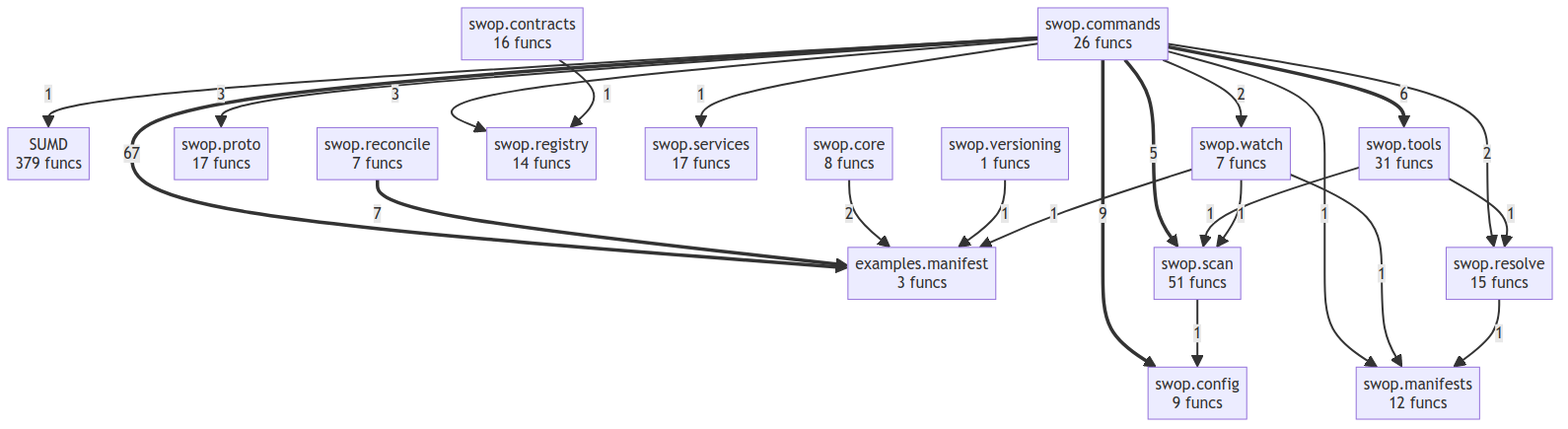
This is project/compact_flow.png from semcod/swop, a Mermaid export, as it was before one commit. Its source is kept beside it as project/compact_flow.mmd.
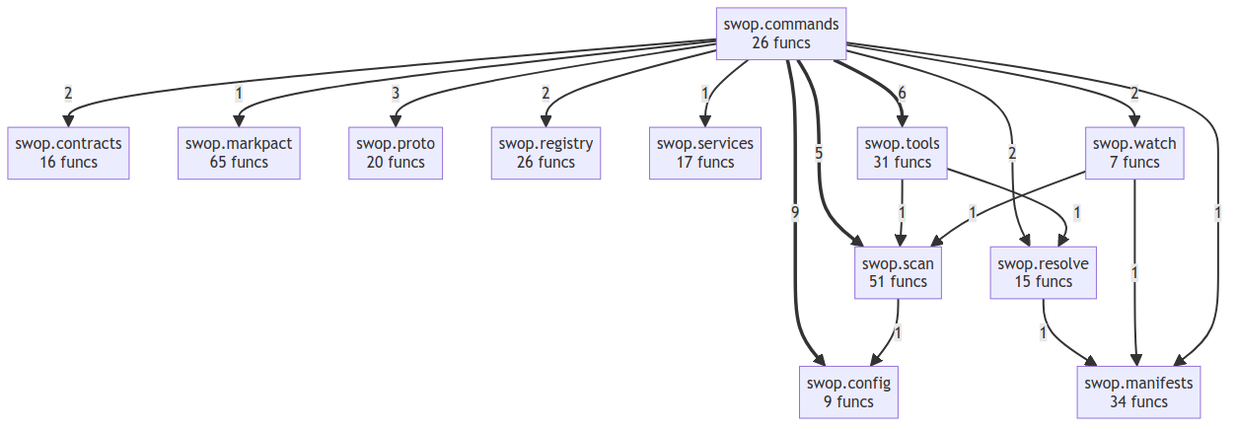
Above is the later version.

What changed in the source:
```diff
@@ -1,39 +1,30 @@
 flowchart TD
-    SUMD["SUMD<br/>379 funcs"]
-    examples__manifest["examples.manifest<br/>3 funcs"]
     swop__commands["swop.commands<br/>26 funcs"]
     swop__config["swop.config<br/>9 funcs"]
     swop__contracts["swop.contracts<br/>16 funcs"]
-    swop__core["swop.core<br/>8 funcs"]
-    swop__manifests["swop.manifests<br/>12 funcs"]
-    swop__proto["swop.proto<br/>17 funcs"]
-    swop__reconcile["swop.reconcile<br/>7 funcs"]
-    swop__registry["swop.registry<br/>14 funcs"]
+    swop__manifests["swop.manifests<br/>34 funcs"]
+    swop__markpact["swop.markpact<br/>65 funcs"]
+    swop__proto["swop.proto<br/>20 funcs"]
+    swop__registry["swop.registry<br/>26 funcs"]
     swop__resolve["swop.resolve<br/>15 funcs"]
     swop__scan["swop.scan<br/>51 funcs"]
     swop__services["swop.services<br/>17 funcs"]
     swop__tools["swop.tools<br/>31 funcs"]
-    swop__versioning["swop.versioning<br/>1 funcs"]
     swop__watch["swop.watch<br/>7 funcs"]
-    swop__commands ==>|67| examples__manifest
     swop__commands ==>|9| swop__config
-    swop__reconcile ==>|7| examples__manifest
     swop__commands ==>|6| swop__tools
     swop__commands ==>|5| swop__scan
     swop__commands -->|3| swop__proto
-    swop__commands -->|3| swop__registry
+    swop__commands -->|2| swop__contracts
+    swop__commands -->|2| swop__registry
     swop__commands -->|2| swop__watch
     swop__commands -->|2| swop__resolve
-    swop__core -->|2| examples__manifest
-    swop__versioning -->|1| examples__manifest
+    swop__tools -->|1| swop__scan
+    swop__tools -->|1| swop__resolve
+    swop__resolve -->|1| swop__manifests
+    swop__watch -->|1| swop__scan
+    swop__watch -->|1| swop__manifests
+    swop__scan -->|1| swop__config
     swop__commands -->|1| swop__manifests
     swop__commands -->|1| swop__services
-    swop__commands -->|1| SUMD
-    swop__scan -->|1| swop__config
-    swop__tools -->|1| swop__scan
-    swop__tools -->|1| swop__resolve
-    swop__contracts -->|1| swop__registry
-    swop__watch -->|1| swop__scan
-    swop__watch -->|1| swop__manifests
-    swop__watch -->|1| examples__manifest
-    swop__resolve -->|1| swop__manifests
+    swop__commands -->|1| swop__markpact
```
